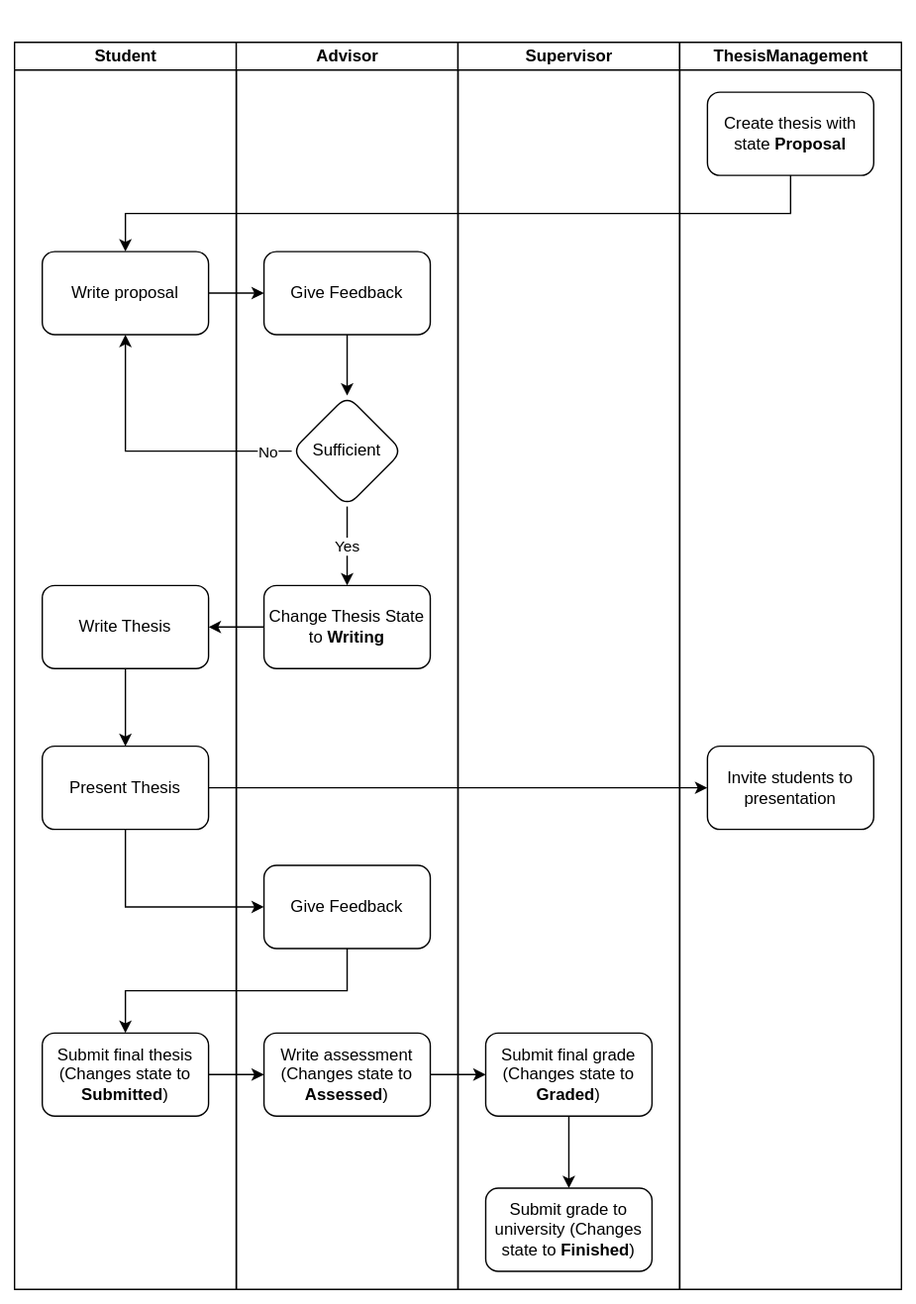
ls1intum/thesis-management keeps this draw.io diagram as docs/files/thesis-writing-flowchart.svg. Above is the earlier version. Source tidied: cells renumbered, new cells last; positions are measured from the earlier drawing's top-left corner, leaving out a move shared by most shapes.
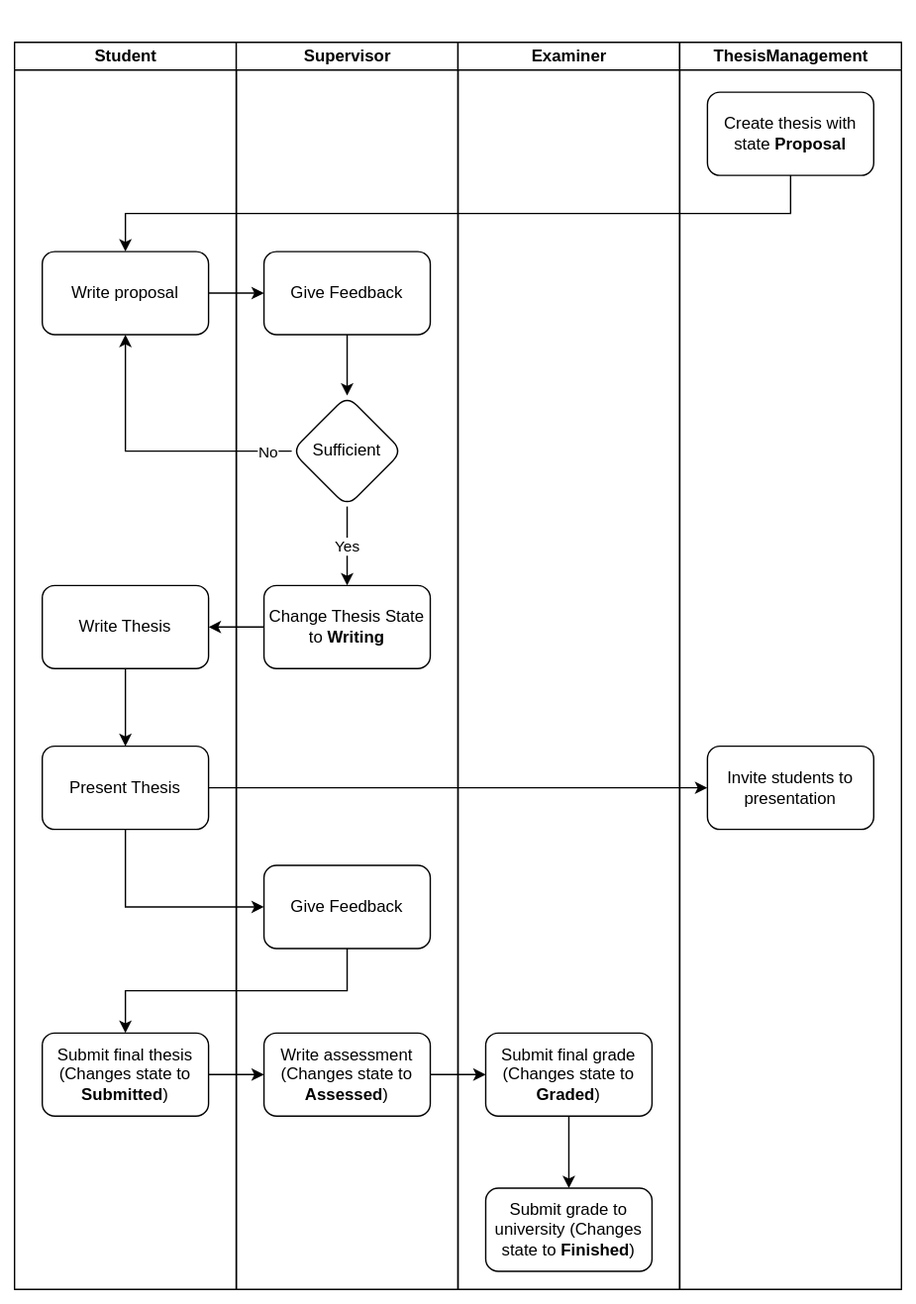
The same file after the commit.

The edit, as a diff of the source:
```diff
@@ -23,7 +23,7 @@
     <mxCell id="8" value="Submit final thesis (Changes state to &lt;b&gt;Submitted&lt;/b&gt;)" style="whiteSpace=wrap;html=1;rounded=1;" parent="3" vertex="1">
       <mxGeometry x="20" y="715" width="120" height="60" as="geometry" />
     </mxCell>
-    <mxCell id="9" value="Advisor" style="swimlane;html=1;startSize=20;" parent="2" vertex="1">
+    <mxCell id="9" value="Supervisor" style="swimlane;html=1;startSize=20;" parent="2" vertex="1">
       <mxGeometry x="160" y="20" width="160" height="900" as="geometry" />
     </mxCell>
     <mxCell id="10" style="edgeStyle=orthogonalEdgeStyle;rounded=0;jettySize=auto;html=1;" parent="9" edge="1" source="11" target="13">
@@ -47,7 +47,7 @@
     <mxCell id="16" value="Write assessment (Changes state to &lt;b&gt;Assessed&lt;/b&gt;)" style="whiteSpace=wrap;html=1;rounded=1;" parent="9" vertex="1">
       <mxGeometry x="20" y="715" width="120" height="60" as="geometry" />
     </mxCell>
-    <mxCell id="17" value="Supervisor" style="swimlane;html=1;startSize=20;" parent="2" vertex="1">
+    <mxCell id="17" value="Examiner" style="swimlane;html=1;startSize=20;" parent="2" vertex="1">
       <mxGeometry x="320" y="20" width="160" height="900" as="geometry" />
     </mxCell>
     <mxCell id="18" style="edgeStyle=orthogonalEdgeStyle;rounded=0;jettySize=auto;html=1;entryX=0.5;entryY=0;entryDx=0;entryDy=0;" parent="17" edge="1" source="19" target="20">
```
